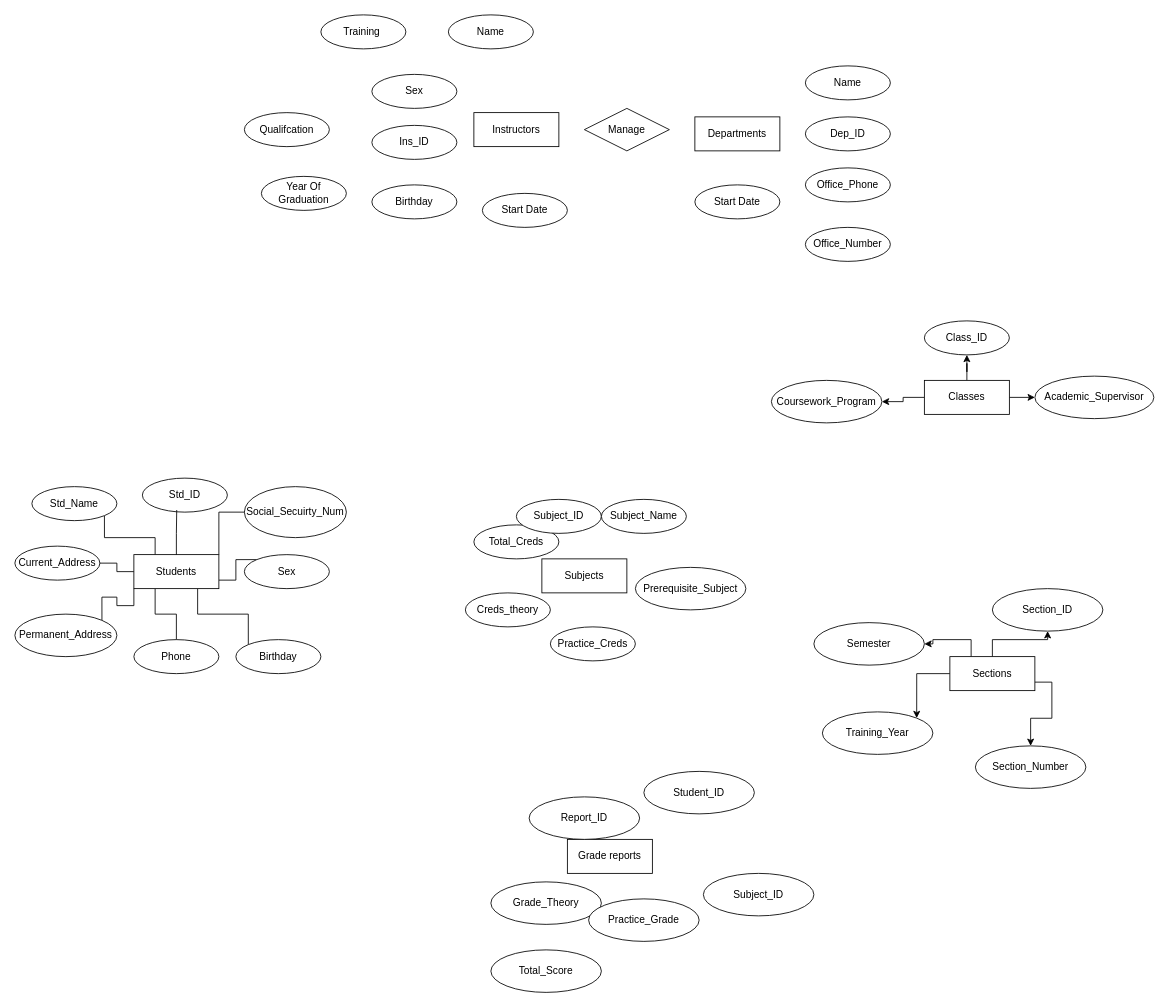
This is Lab3.drawio from QuanTran05/ERD, a draw.io file, before an edit. Source tidied: cells renumbered, new cells numbered last; positions are measured from the earlier drawing's top-left corner, leaving out a move shared by most shapes. Both pictures are drawn from the tidied source at 85%, with x=0, y=0 at pixel (14, 14).
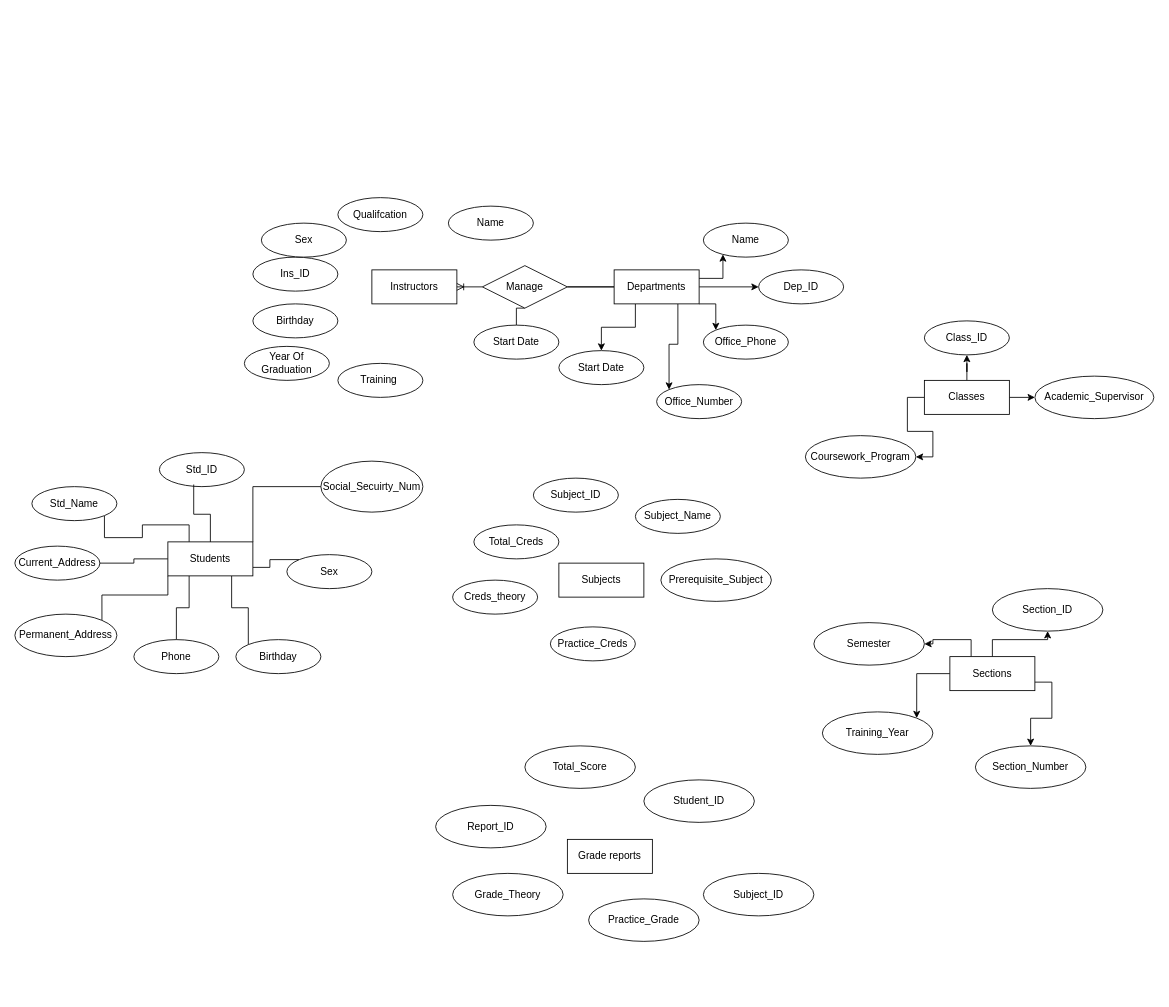
The same page after the edit.

Change to the diagram source:
```diff
@@
+    <mxCell id="65" style="edgeStyle=orthogonalEdgeStyle;rounded=0;jettySize=auto;html=1;entryX=1;entryY=0.5;entryDx=0;entryDy=0;endArrow=none;startFill=0;" parent="1" edge="1" source="2" target="9">
+      <mxGeometry relative="1" as="geometry" />
+    </mxCell>
+    <mxCell id="66" style="edgeStyle=orthogonalEdgeStyle;rounded=0;jettySize=auto;html=1;entryX=1;entryY=0.5;entryDx=0;entryDy=0;endArrow=none;startFill=0;" parent="1" edge="1" source="2" target="9">
+      <mxGeometry relative="1" as="geometry" />
+    </mxCell>
+    <mxCell id="67" style="edgeStyle=orthogonalEdgeStyle;rounded=0;jettySize=auto;html=1;exitX=1;exitY=0.5;exitDx=0;exitDy=0;entryX=0;entryY=0.5;entryDx=0;entryDy=0;" parent="1" edge="1" source="2" target="7">
+      <mxGeometry relative="1" as="geometry" />
+    </mxCell>
+    <mxCell id="68" style="edgeStyle=orthogonalEdgeStyle;rounded=0;jettySize=auto;html=1;exitX=1;exitY=1;exitDx=0;exitDy=0;entryX=0;entryY=0;entryDx=0;entryDy=0;" parent="1" edge="1" source="2" target="5">
+      <mxGeometry relative="1" as="geometry" />
+    </mxCell>
+    <mxCell id="69" style="edgeStyle=orthogonalEdgeStyle;rounded=0;jettySize=auto;html=1;exitX=0.75;exitY=1;exitDx=0;exitDy=0;entryX=0;entryY=0;entryDx=0;entryDy=0;" parent="1" edge="1" source="2" target="6">
+      <mxGeometry relative="1" as="geometry" />
+    </mxCell>
+    <mxCell id="70" style="edgeStyle=orthogonalEdgeStyle;rounded=0;jettySize=auto;html=1;exitX=0.25;exitY=1;exitDx=0;exitDy=0;entryX=0.5;entryY=0;entryDx=0;entryDy=0;" parent="1" edge="1" source="2" target="4">
+      <mxGeometry relative="1" as="geometry" />
+    </mxCell>
     <mxCell id="2" value="Departments" style="whiteSpace=wrap;html=1;align=center;" parent="1" vertex="1">
-      <mxGeometry x="800" y="120" width="100" height="40" as="geometry" />
+      <mxGeometry x="705" y="300" width="100" height="40" as="geometry" />
     </mxCell>
     <mxCell id="3" value="Instructors" style="whiteSpace=wrap;html=1;align=center;" parent="1" vertex="1">
-      <mxGeometry x="540" y="115" width="100" height="40" as="geometry" />
+      <mxGeometry x="420" y="300" width="100" height="40" as="geometry" />
     </mxCell>
     <mxCell id="4" value="Start Date" style="ellipse;whiteSpace=wrap;html=1;align=center;" parent="1" vertex="1">
-      <mxGeometry x="800" y="200" width="100" height="40" as="geometry" />
+      <mxGeometry x="640" y="395" width="100" height="40" as="geometry" />
     </mxCell>
     <mxCell id="5" value="Office_Phone" style="ellipse;whiteSpace=wrap;html=1;align=center;" parent="1" vertex="1">
-      <mxGeometry x="930" y="180" width="100" height="40" as="geometry" />
+      <mxGeometry x="810" y="365" width="100" height="40" as="geometry" />
     </mxCell>
     <mxCell id="6" value="Office_Number" style="ellipse;whiteSpace=wrap;html=1;align=center;" parent="1" vertex="1">
-      <mxGeometry x="930" y="250" width="100" height="40" as="geometry" />
+      <mxGeometry x="755" y="435" width="100" height="40" as="geometry" />
     </mxCell>
     <mxCell id="7" value="Dep_ID" style="ellipse;whiteSpace=wrap;html=1;align=center;" parent="1" vertex="1">
-      <mxGeometry x="930" y="120" width="100" height="40" as="geometry" />
+      <mxGeometry x="875" y="300" width="100" height="40" as="geometry" />
     </mxCell>
     <mxCell id="8" value="Name" style="ellipse;whiteSpace=wrap;html=1;align=center;" parent="1" vertex="1">
-      <mxGeometry x="930" y="60" width="100" height="40" as="geometry" />
+      <mxGeometry x="810" y="245" width="100" height="40" as="geometry" />
     </mxCell>
+    <mxCell id="71" style="edgeStyle=orthogonalEdgeStyle;rounded=0;jettySize=auto;html=1;exitX=0;exitY=0.5;exitDx=0;exitDy=0;entryX=1;entryY=0.5;entryDx=0;entryDy=0;endArrow=ERoneToMany;endFill=0;" parent="1" edge="1" source="9" target="3">
+      <mxGeometry relative="1" as="geometry" />
+    </mxCell>
+    <mxCell id="72" style="edgeStyle=orthogonalEdgeStyle;rounded=0;jettySize=auto;html=1;exitX=0.5;exitY=1;exitDx=0;exitDy=0;entryX=0.5;entryY=0;entryDx=0;entryDy=0;endArrow=none;startFill=0;" parent="1" edge="1" source="9" target="50">
+      <mxGeometry relative="1" as="geometry" />
+    </mxCell>
     <mxCell id="9" value="Manage" style="shape=rhombus;perimeter=rhombusPerimeter;whiteSpace=wrap;html=1;align=center;" parent="1" vertex="1">
-      <mxGeometry x="670" y="110" width="100" height="50" as="geometry" />
+      <mxGeometry x="550" y="295" width="100" height="50" as="geometry" />
     </mxCell>
     <mxCell id="10" value="Birthday" style="ellipse;whiteSpace=wrap;html=1;align=center;" parent="1" vertex="1">
-      <mxGeometry x="420" y="200" width="100" height="40" as="geometry" />
+      <mxGeometry x="280" y="340" width="100" height="40" as="geometry" />
     </mxCell>
     <mxCell id="11" value="Ins_ID" style="ellipse;whiteSpace=wrap;html=1;align=center;" parent="1" vertex="1">
-      <mxGeometry x="420" y="130" width="100" height="40" as="geometry" />
+      <mxGeometry x="280" y="285" width="100" height="40" as="geometry" />
     </mxCell>
     <mxCell id="12" value="Creds_theory" style="ellipse;whiteSpace=wrap;html=1;align=center;" parent="1" vertex="1">
-      <mxGeometry x="530" y="680" width="100" height="40" as="geometry" />
+      <mxGeometry x="515" y="665" width="100" height="40" as="geometry" />
     </mxCell>
     <mxCell id="13" value="Training&amp;nbsp;" style="ellipse;whiteSpace=wrap;html=1;align=center;" parent="1" vertex="1">
-      <mxGeometry x="360" width="100" height="40" as="geometry" />
+      <mxGeometry x="380" y="410" width="100" height="40" as="geometry" />
     </mxCell>
     <mxCell id="14" value="Name" style="ellipse;whiteSpace=wrap;html=1;align=center;" parent="1" vertex="1">
-      <mxGeometry x="510" width="100" height="40" as="geometry" />
+      <mxGeometry x="510" y="225" width="100" height="40" as="geometry" />
     </mxCell>
     <mxCell id="15" value="Sex" style="ellipse;whiteSpace=wrap;html=1;align=center;" parent="1" vertex="1">
-      <mxGeometry x="420" y="70" width="100" height="40" as="geometry" />
+      <mxGeometry x="290" y="245" width="100" height="40" as="geometry" />
     </mxCell>
     <mxCell id="16" value="Qualifcation" style="ellipse;whiteSpace=wrap;html=1;align=center;" parent="1" vertex="1">
-      <mxGeometry x="270" y="115" width="100" height="40" as="geometry" />
+      <mxGeometry x="380" y="215" width="100" height="40" as="geometry" />
     </mxCell>
@@
     <mxCell id="25" value="Students" style="whiteSpace=wrap;html=1;align=center;" parent="1" vertex="1">
-      <mxGeometry x="140" y="635" width="100" height="40" as="geometry" />
+      <mxGeometry x="180" y="620" width="100" height="40" as="geometry" />
     </mxCell>
     <mxCell id="26" value="Subjects" style="whiteSpace=wrap;html=1;align=center;" parent="1" vertex="1">
-      <mxGeometry x="620" y="640" width="100" height="40" as="geometry" />
+      <mxGeometry x="640" y="645" width="100" height="40" as="geometry" />
     </mxCell>
@@
     <mxCell id="37" value="Year Of Graduation" style="ellipse;whiteSpace=wrap;html=1;align=center;" parent="1" vertex="1">
-      <mxGeometry x="290" y="190" width="100" height="40" as="geometry" />
+      <mxGeometry x="270" y="390" width="100" height="40" as="geometry" />
     </mxCell>
     <mxCell id="38" value="Social_Secuirty_Num" style="ellipse;whiteSpace=wrap;html=1;align=center;" parent="1" vertex="1">
-      <mxGeometry x="270" y="555" width="120" height="60" as="geometry" />
+      <mxGeometry x="360" y="525" width="120" height="60" as="geometry" />
     </mxCell>
@@
     <mxCell id="40" value="Std_ID" style="ellipse;whiteSpace=wrap;html=1;align=center;" parent="1" vertex="1">
-      <mxGeometry x="150" y="545" width="100" height="40" as="geometry" />
+      <mxGeometry x="170" y="515" width="100" height="40" as="geometry" />
     </mxCell>
     <mxCell id="41" value="Sex" style="ellipse;whiteSpace=wrap;html=1;align=center;" parent="1" vertex="1">
-      <mxGeometry x="270" y="635" width="100" height="40" as="geometry" />
+      <mxGeometry x="320" y="635" width="100" height="40" as="geometry" />
     </mxCell>
@@
     <mxCell id="48" value="Prerequisite_Subject" style="ellipse;whiteSpace=wrap;html=1;align=center;" parent="1" vertex="1">
-      <mxGeometry x="730" y="650" width="130" height="50" as="geometry" />
+      <mxGeometry x="760" y="640" width="130" height="50" as="geometry" />
     </mxCell>
     <mxCell id="49" value="Subject_ID" style="ellipse;whiteSpace=wrap;html=1;align=center;" parent="1" vertex="1">
-      <mxGeometry x="590" y="570" width="100" height="40" as="geometry" />
+      <mxGeometry x="610" y="545" width="100" height="40" as="geometry" />
     </mxCell>
     <mxCell id="50" value="Start Date" style="ellipse;whiteSpace=wrap;html=1;align=center;" parent="1" vertex="1">
-      <mxGeometry x="550" y="210" width="100" height="40" as="geometry" />
+      <mxGeometry x="540" y="365" width="100" height="40" as="geometry" />
     </mxCell>
     <mxCell id="51" value="Subject_Name" style="ellipse;whiteSpace=wrap;html=1;align=center;" parent="1" vertex="1">
-      <mxGeometry x="690" y="570" width="100" height="40" as="geometry" />
+      <mxGeometry x="730" y="570" width="100" height="40" as="geometry" />
     </mxCell>
@@
     <mxCell id="53" value="Coursework_Program" style="ellipse;whiteSpace=wrap;html=1;align=center;" parent="1" vertex="1">
-      <mxGeometry x="890" y="430" width="130" height="50" as="geometry" />
+      <mxGeometry x="930" y="495" width="130" height="50" as="geometry" />
     </mxCell>
@@
     <mxCell id="59" value="Grade_Theory" style="ellipse;whiteSpace=wrap;html=1;align=center;" parent="1" vertex="1">
-      <mxGeometry x="560" y="1020" width="130" height="50" as="geometry" />
+      <mxGeometry x="515" y="1010" width="130" height="50" as="geometry" />
     </mxCell>
     <mxCell id="60" value="Total_Score" style="ellipse;whiteSpace=wrap;html=1;align=center;" parent="1" vertex="1">
-      <mxGeometry x="560" y="1100" width="130" height="50" as="geometry" />
+      <mxGeometry x="600" y="860" width="130" height="50" as="geometry" />
     </mxCell>
     <mxCell id="61" value="Student_ID" style="ellipse;whiteSpace=wrap;html=1;align=center;" parent="1" vertex="1">
-      <mxGeometry x="740" y="890" width="130" height="50" as="geometry" />
+      <mxGeometry x="740" y="900" width="130" height="50" as="geometry" />
     </mxCell>
@@
     <mxCell id="63" value="Report_ID" style="ellipse;whiteSpace=wrap;html=1;align=center;" parent="1" vertex="1">
-      <mxGeometry x="605" y="920" width="130" height="50" as="geometry" />
+      <mxGeometry x="495" y="930" width="130" height="50" as="geometry" />
     </mxCell>
@@
+    <mxCell id="73" style="edgeStyle=orthogonalEdgeStyle;rounded=0;jettySize=auto;html=1;exitX=1;exitY=0.25;exitDx=0;exitDy=0;entryX=0.23;entryY=0.92;entryDx=0;entryDy=0;entryPerimeter=0;" parent="1" edge="1" source="2" target="8">
+      <mxGeometry relative="1" as="geometry" />
+    </mxCell>
```
